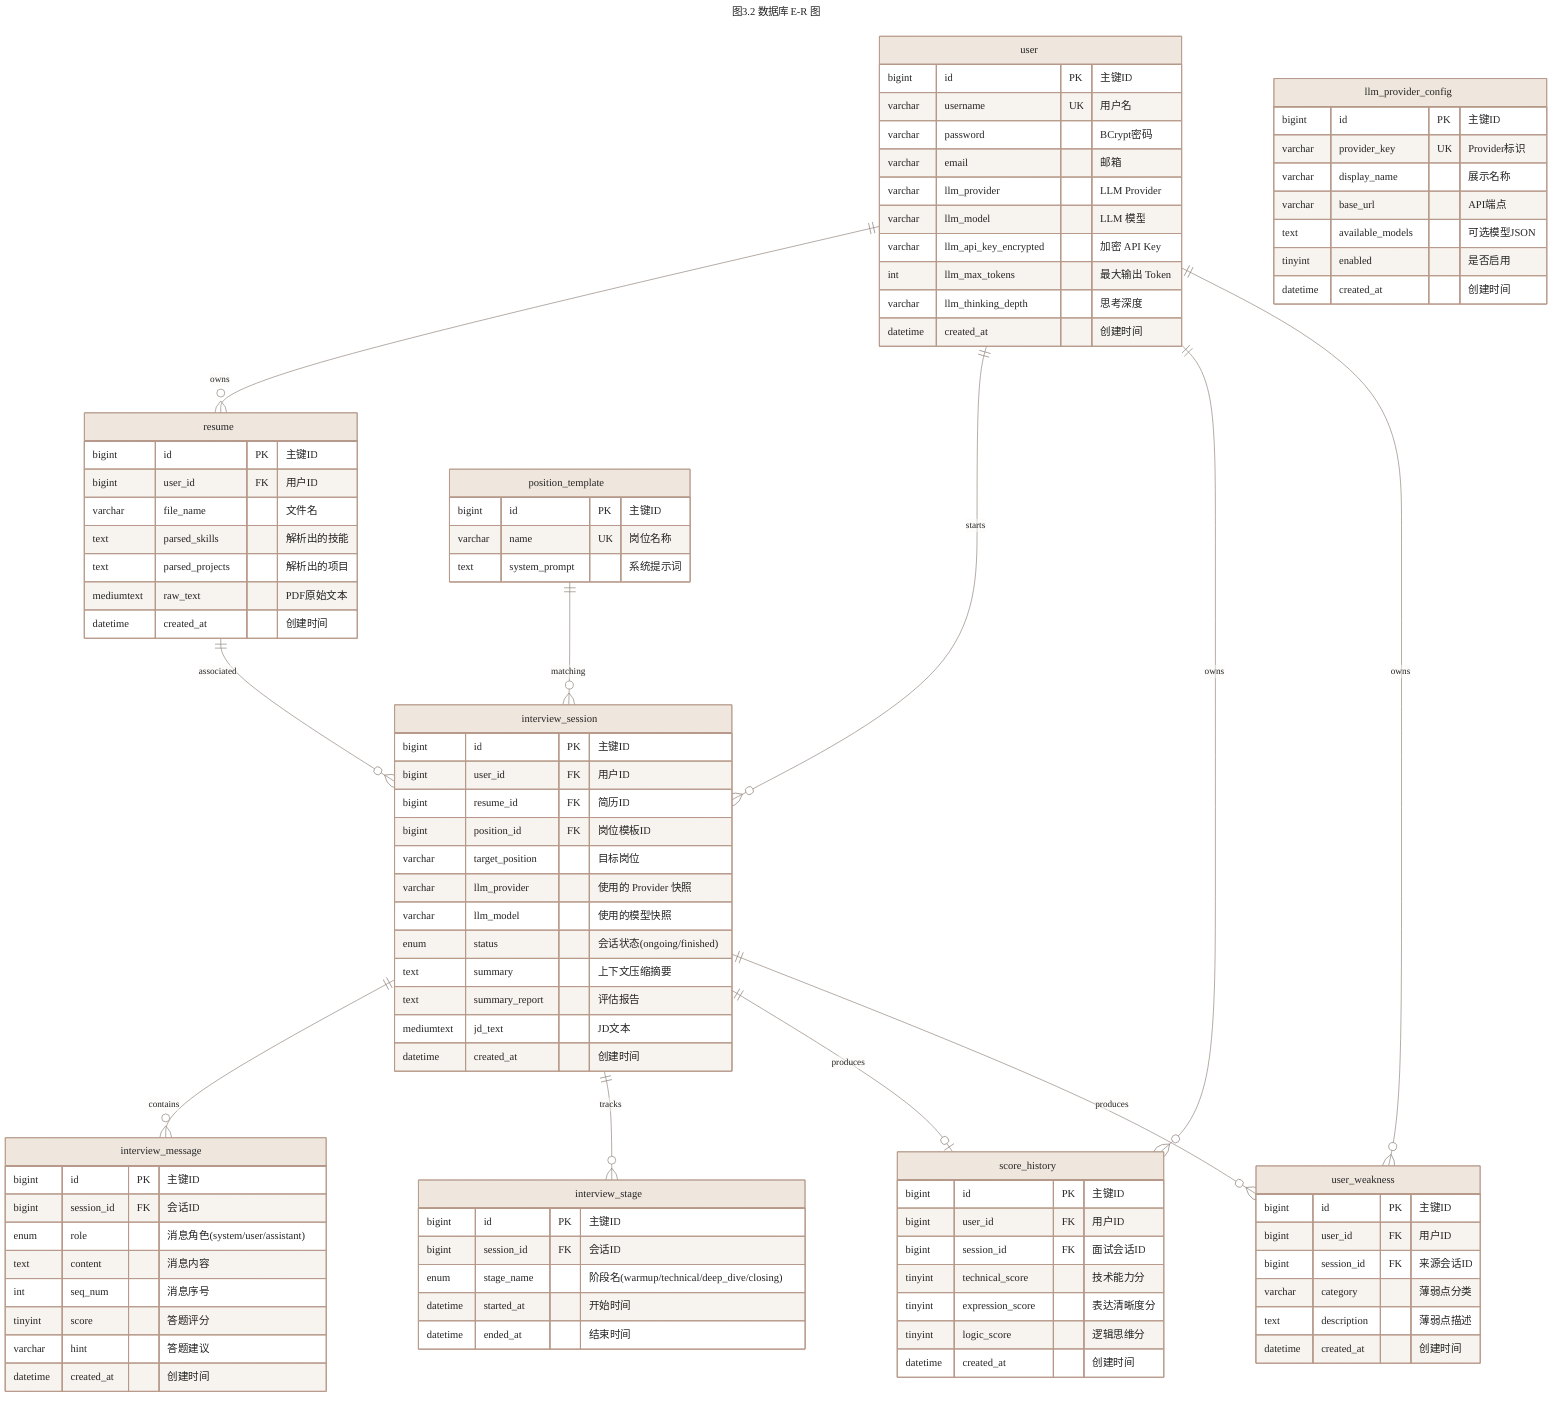
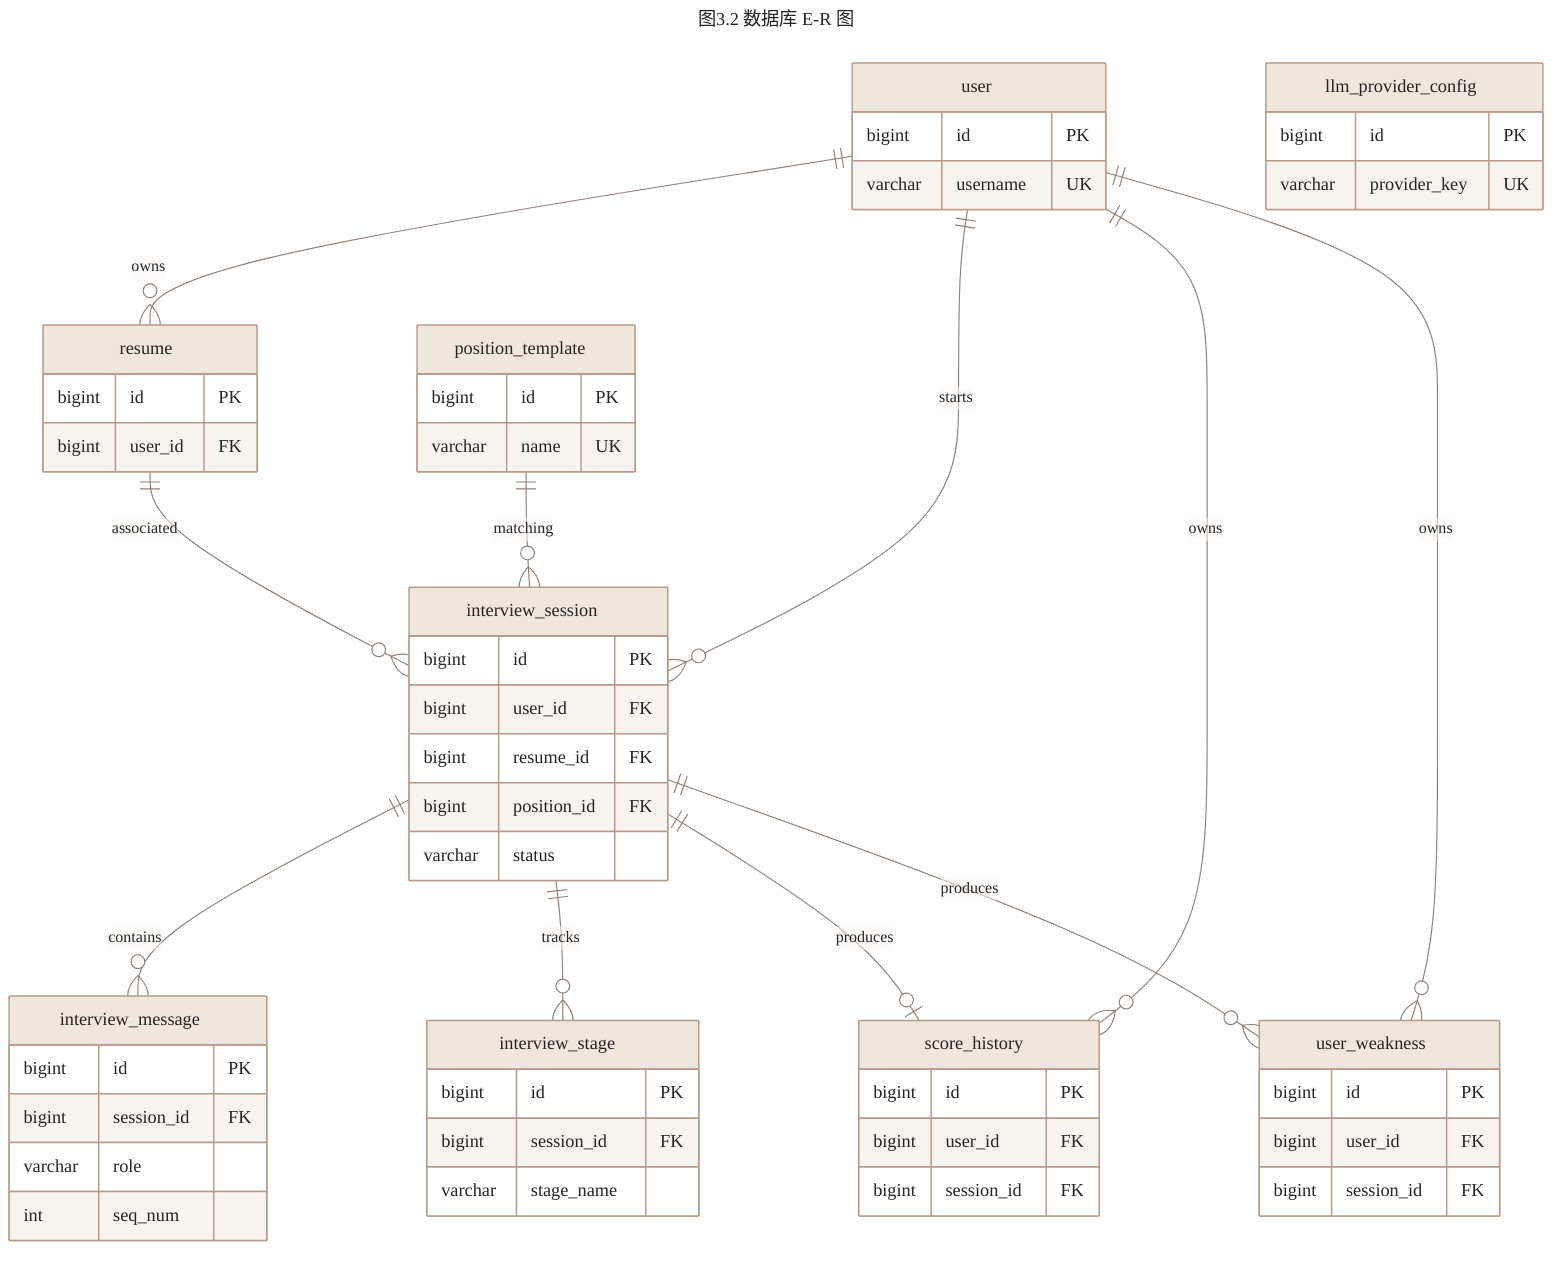
---
title: 图3.2 数据库 E-R 图
config:
  theme: base
  themeVariables:
    background: "#FAF8F2"
    primaryColor: "#EFE6DD"
    primaryBorderColor: "#B79A8B"
    primaryTextColor: "#252525"
    lineColor: "#8F8178"
    secondaryColor: "#F6F0E8"
    tertiaryColor: "#FBFAF6"
    fontFamily: "Microsoft YaHei, SimHei, Arial, sans-serif"
    fontSize: "16px"
---
erDiagram
  user ||--o{ resume : owns
  user ||--o{ interview_session : starts
  user ||--o{ score_history : owns
  user ||--o{ user_weakness : owns
  resume ||--o{ interview_session : associated
  position_template ||--o{ interview_session : matching
  interview_session ||--o{ interview_message : contains
  interview_session ||--o{ interview_stage : tracks
  interview_session ||--o| score_history : produces
  interview_session ||--o{ user_weakness : produces

  user {
-     bigint id PK "主键ID"
-     varchar username UK "用户名"
-     varchar password "BCrypt密码"
-     varchar email "邮箱"
-     varchar llm_provider "LLM Provider"
-     varchar llm_model "LLM 模型"
-     varchar llm_api_key_encrypted "加密 API Key"
-     int llm_max_tokens "最大输出 Token"
-     varchar llm_thinking_depth "思考深度"
-     datetime created_at "创建时间"
+     bigint id PK
+     varchar username UK
  }

  resume {
-     bigint id PK "主键ID"
-     bigint user_id FK "用户ID"
-     varchar file_name "文件名"
-     text parsed_skills "解析出的技能"
-     text parsed_projects "解析出的项目"
-     mediumtext raw_text "PDF原始文本"
-     datetime created_at "创建时间"
+     bigint id PK
+     bigint user_id FK
  }

  position_template {
-     bigint id PK "主键ID"
-     varchar name UK "岗位名称"
-     text system_prompt "系统提示词"
+     bigint id PK
+     varchar name UK
  }

  interview_session {
-     bigint id PK "主键ID"
-     bigint user_id FK "用户ID"
-     bigint resume_id FK "简历ID"
-     bigint position_id FK "岗位模板ID"
-     varchar target_position "目标岗位"
-     varchar llm_provider "使用的 Provider 快照"
-     varchar llm_model "使用的模型快照"
-     enum status "会话状态(ongoing/finished)"
-     text summary "上下文压缩摘要"
-     text summary_report "评估报告"
-     mediumtext jd_text "JD文本"
-     datetime created_at "创建时间"
+     bigint id PK
+     bigint user_id FK
+     bigint resume_id FK
+     bigint position_id FK
+     varchar status
  }

  interview_message {
-     bigint id PK "主键ID"
-     bigint session_id FK "会话ID"
-     enum role "消息角色(system/user/assistant)"
-     text content "消息内容"
-     int seq_num "消息序号"
-     tinyint score "答题评分"
-     varchar hint "答题建议"
-     datetime created_at "创建时间"
+     bigint id PK
+     bigint session_id FK
+     varchar role
+     int seq_num
  }

  interview_stage {
-     bigint id PK "主键ID"
-     bigint session_id FK "会话ID"
-     enum stage_name "阶段名(warmup/technical/deep_dive/closing)"
-     datetime started_at "开始时间"
-     datetime ended_at "结束时间"
+     bigint id PK
+     bigint session_id FK
+     varchar stage_name
  }

  score_history {
-     bigint id PK "主键ID"
-     bigint user_id FK "用户ID"
-     bigint session_id FK "面试会话ID"
-     tinyint technical_score "技术能力分"
-     tinyint expression_score "表达清晰度分"
-     tinyint logic_score "逻辑思维分"
-     datetime created_at "创建时间"
+     bigint id PK
+     bigint user_id FK
+     bigint session_id FK
  }

  user_weakness {
-     bigint id PK "主键ID"
-     bigint user_id FK "用户ID"
-     bigint session_id FK "来源会话ID"
-     varchar category "薄弱点分类"
-     text description "薄弱点描述"
-     datetime created_at "创建时间"
+     bigint id PK
+     bigint user_id FK
+     bigint session_id FK
  }

  llm_provider_config {
-     bigint id PK "主键ID"
-     varchar provider_key UK "Provider标识"
-     varchar display_name "展示名称"
-     varchar base_url "API端点"
-     text available_models "可选模型JSON"
-     tinyint enabled "是否启用"
-     datetime created_at "创建时间"
+     bigint id PK
+     varchar provider_key UK
  }
